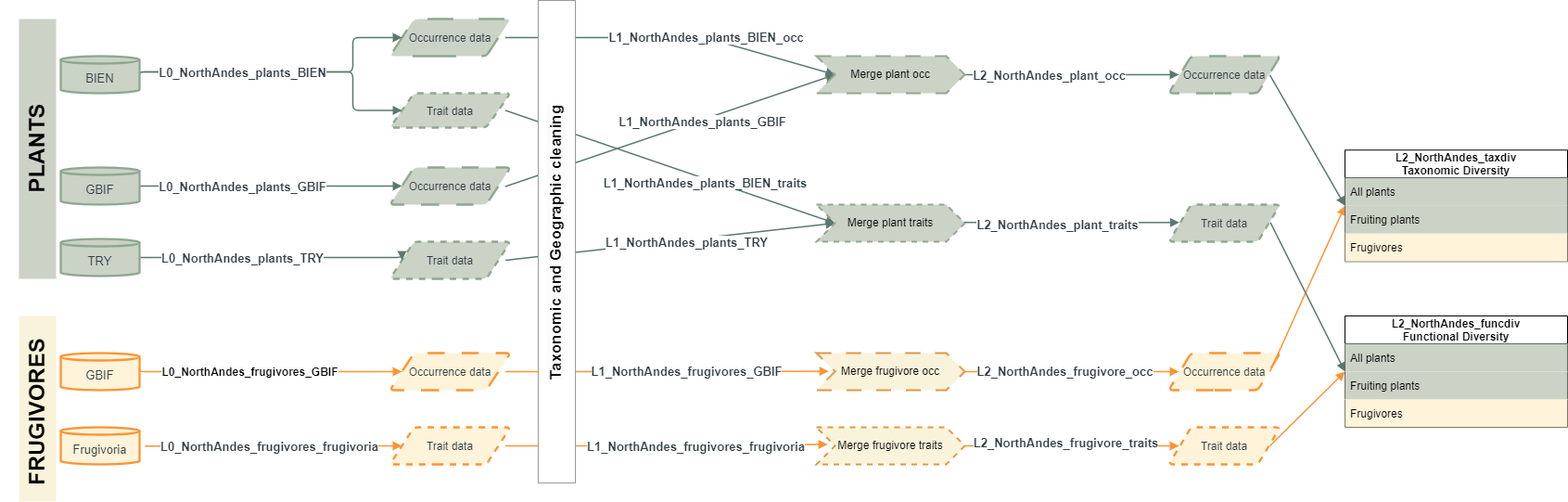
The draw.io diagram Workflow_diversity_plants_frugivores.drawio.png in bioXgeo/neotropical_plants, before a commit. Source tidied: cells renumbered, new cells last; positions are measured from the earlier drawing's top-left corner, leaving out a move shared by most shapes.
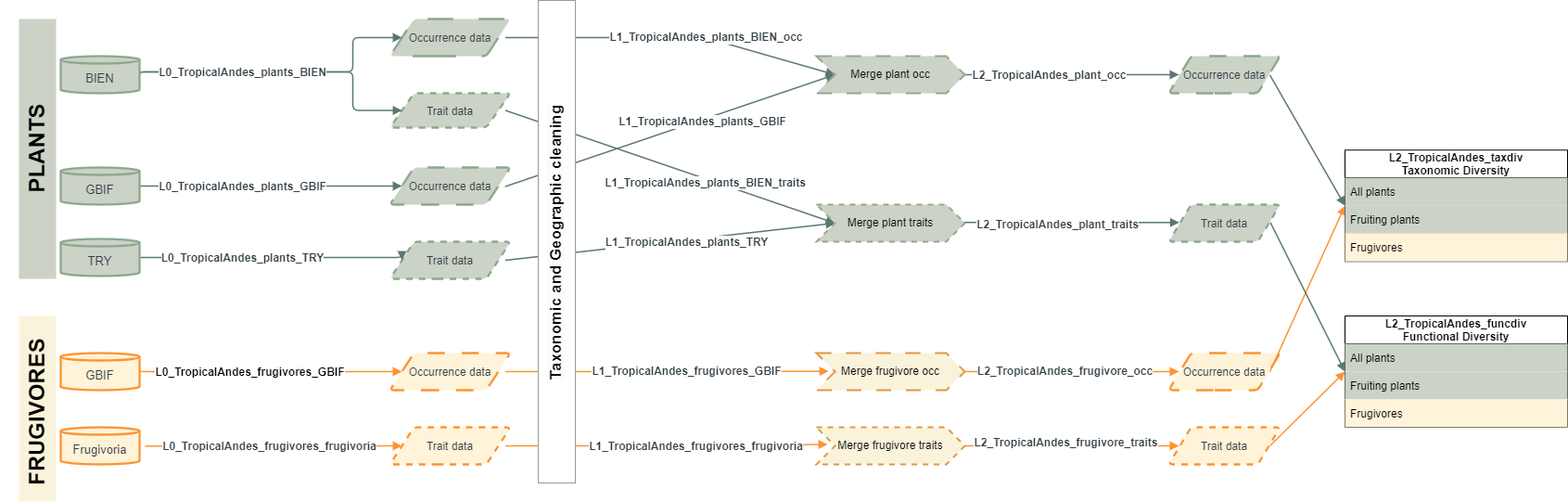
Above is the later version.

Change to the diagram source:
```diff
@@ -38,7 +38,7 @@
         </Array>
       </mxGeometry>
     </mxCell>
-    <mxCell id="10" value="L0_NorthAndes_plants_BIEN" style="text;html=1;labelBackgroundColor=default;align=center;verticalAlign=middle;fontStyle=1;fontColor=#323e45;fontSize=13;" parent="9" vertex="1">
+    <mxCell id="10" value="L0_TropicalAndes_plants_BIEN" style="text;html=1;labelBackgroundColor=default;align=center;verticalAlign=middle;fontStyle=1;fontColor=#323e45;fontSize=12;" parent="9" vertex="1">
       <mxGeometry x="-0.61" relative="1" as="geometry">
         <mxPoint x="49" as="offset" />
       </mxGeometry>
@@ -52,7 +52,7 @@
         </Array>
       </mxGeometry>
     </mxCell>
-    <mxCell id="12" value="L0_NorthAndes_plants_GBIF" style="text;html=1;labelBackgroundColor=default;align=center;verticalAlign=middle;fontStyle=1;fontColor=#323e45;fontSize=13;" parent="11" vertex="1">
+    <mxCell id="12" value="L0_TropicalAndes_plants_GBIF" style="text;html=1;labelBackgroundColor=default;align=center;verticalAlign=middle;fontStyle=1;fontColor=#323e45;fontSize=12;" parent="11" vertex="1">
       <mxGeometry x="-0.56" relative="1" as="geometry">
         <mxPoint x="48" as="offset" />
       </mxGeometry>
@@ -67,7 +67,7 @@
         </Array>
       </mxGeometry>
     </mxCell>
-    <mxCell id="15" value="L0_NorthAndes_plants_TRY" style="text;html=1;labelBackgroundColor=default;align=center;verticalAlign=middle;fontStyle=1;fontColor=#323e45;fontSize=13;" parent="14" vertex="1">
+    <mxCell id="15" value="L0_TropicalAndes_plants_TRY" style="text;html=1;labelBackgroundColor=default;align=center;verticalAlign=middle;fontStyle=1;fontColor=#323e45;fontSize=12;" parent="14" vertex="1">
       <mxGeometry x="-0.55" relative="1" as="geometry">
         <mxPoint x="45" as="offset" />
       </mxGeometry>
@@ -81,7 +81,7 @@
     <mxCell id="18" style="html=1;jettySize=18;whiteSpace=wrap;fontSize=13;strokeColor=#fc9432;strokeOpacity=100;strokeWidth=1.5;rounded=1;arcSize=12;edgeStyle=orthogonalEdgeStyle;startArrow=none;endArrow=block;endFill=1;exitX=1.07;exitY=0.508;exitDx=0;exitDy=0;exitPerimeter=0;" parent="1" edge="1" source="20" target="17">
       <mxGeometry relative="1" as="geometry" />
     </mxCell>
-    <mxCell id="19" value="L0_NorthAndes_frugivores_frugivoria" style="text;html=1;labelBackgroundColor=default;align=center;verticalAlign=middle;fontStyle=1;fontColor=#323e45;fontSize=13;" parent="18" vertex="1">
+    <mxCell id="19" value="L0_TropicalAndes_frugivores_frugivoria" style="text;html=1;labelBackgroundColor=default;align=center;verticalAlign=middle;fontStyle=1;fontColor=#323e45;fontSize=12;" parent="18" vertex="1">
       <mxGeometry x="-0.55" relative="1" as="geometry">
         <mxPoint x="72" as="offset" />
       </mxGeometry>
@@ -95,7 +95,7 @@
     <mxCell id="22" style="html=1;jettySize=18;whiteSpace=wrap;fontSize=13;strokeColor=#5a786f;strokeOpacity=100;strokeWidth=1.5;rounded=0;startArrow=none;endArrow=block;endFill=1;exitX=0.958;exitY=0.5;exitPerimeter=0;entryX=0;entryY=0.5;entryDx=0;entryDy=0;" parent="1" edge="1" source="8" target="75">
       <mxGeometry relative="1" as="geometry" />
     </mxCell>
-    <mxCell id="23" value="L1_NorthAndes_plants_BIEN_traits" style="text;html=1;labelBackgroundColor=default;align=center;verticalAlign=middle;fontStyle=1;fontColor=#323e45;fontSize=13;" parent="22" vertex="1">
+    <mxCell id="23" value="L1_TropicalAndes_plants_BIEN_traits" style="text;html=1;labelBackgroundColor=default;align=center;verticalAlign=middle;fontStyle=1;fontColor=#323e45;fontSize=12;" parent="22" vertex="1">
       <mxGeometry x="-0.12" relative="1" as="geometry">
         <mxPoint x="59" y="25" as="offset" />
       </mxGeometry>
@@ -103,7 +103,7 @@
     <mxCell id="24" style="html=1;jettySize=18;whiteSpace=wrap;fontSize=13;strokeColor=#5a786f;strokeOpacity=100;strokeWidth=1.5;rounded=0;startArrow=none;endArrow=block;endFill=1;exitX=0.957;exitY=0.513;exitPerimeter=0;entryX=0;entryY=0.5;entryDx=0;entryDy=0;" parent="1" edge="1" source="6" target="74">
       <mxGeometry relative="1" as="geometry" />
     </mxCell>
-    <mxCell id="25" value="L1_NorthAndes_plants_GBIF" style="text;html=1;labelBackgroundColor=default;align=center;verticalAlign=middle;fontStyle=1;fontColor=#323e45;fontSize=13;" parent="24" vertex="1">
+    <mxCell id="25" value="L1_TropicalAndes_plants_GBIF" style="text;html=1;labelBackgroundColor=default;align=center;verticalAlign=middle;fontStyle=1;fontColor=#323e45;fontSize=12;" parent="24" vertex="1">
       <mxGeometry x="-0.39" relative="1" as="geometry">
         <mxPoint x="103" y="-33" as="offset" />
       </mxGeometry>
@@ -114,7 +114,7 @@
     <mxCell id="27" style="html=1;jettySize=18;whiteSpace=wrap;fontSize=13;strokeColor=#5a786f;strokeOpacity=100;strokeWidth=1.5;rounded=0;startArrow=none;endArrow=block;endFill=1;exitX=0.958;exitY=0.5;exitPerimeter=0;entryX=0;entryY=0.5;entryDx=0;entryDy=0;" parent="1" edge="1" source="7" target="75">
       <mxGeometry relative="1" as="geometry" />
     </mxCell>
-    <mxCell id="28" value="L1_NorthAndes_plants_TRY" style="text;html=1;labelBackgroundColor=default;align=center;verticalAlign=middle;fontStyle=1;fontColor=#323e45;fontSize=13;" parent="27" vertex="1">
+    <mxCell id="28" value="L1_TropicalAndes_plants_TRY" style="text;html=1;labelBackgroundColor=default;align=center;verticalAlign=middle;fontStyle=1;fontColor=#323e45;fontSize=12;" parent="27" vertex="1">
       <mxGeometry x="-0.41" relative="1" as="geometry">
         <mxPoint x="90" y="-8" as="offset" />
       </mxGeometry>
@@ -143,7 +143,7 @@
     <mxCell id="36" style="html=1;jettySize=18;whiteSpace=wrap;fontSize=13;strokeColor=#5A786F;strokeWidth=1.5;rounded=0;startArrow=none;endArrow=block;endFill=1;exitX=0.962;exitY=0.48;exitPerimeter=0;entryX=0.094;entryY=0.483;entryPerimeter=0;exitDx=0;exitDy=0;" parent="1" edge="1" source="75" target="33">
       <mxGeometry relative="1" as="geometry" />
     </mxCell>
-    <mxCell id="37" value="L2_NorthAndes_plant_traits" style="text;html=1;labelBackgroundColor=default;align=center;verticalAlign=middle;fontStyle=1;fontColor=#323e45;fontSize=13;" parent="36" vertex="1">
+    <mxCell id="37" value="L2_TropicalAndes_plant_traits" style="text;html=1;labelBackgroundColor=default;align=center;verticalAlign=middle;fontStyle=1;fontColor=#323e45;fontSize=12;" parent="36" vertex="1">
       <mxGeometry x="0.13" relative="1" as="geometry">
         <mxPoint x="-29" y="2" as="offset" />
       </mxGeometry>
@@ -151,7 +151,7 @@
     <mxCell id="38" style="html=1;jettySize=18;whiteSpace=wrap;fontSize=13;strokeColor=#5A786F;strokeWidth=1.5;rounded=0;startArrow=none;endArrow=block;endFill=1;exitX=1;exitY=0.5;entryX=0.091;entryY=0.5;entryPerimeter=0;exitDx=0;exitDy=0;" parent="1" edge="1" source="74" target="32">
       <mxGeometry relative="1" as="geometry" />
     </mxCell>
-    <mxCell id="39" value="L2_NorthAndes_plant_occ" style="text;html=1;labelBackgroundColor=default;align=center;verticalAlign=middle;fontStyle=1;fontColor=#323e45;fontSize=13;" parent="38" vertex="1">
+    <mxCell id="39" value="L2_TropicalAndes_plant_occ" style="text;html=1;labelBackgroundColor=default;align=center;verticalAlign=middle;fontStyle=1;fontColor=#323e45;fontSize=12;" parent="38" vertex="1">
       <mxGeometry relative="1" as="geometry">
         <mxPoint x="-25" as="offset" />
       </mxGeometry>
@@ -174,7 +174,7 @@
     <mxCell id="45" style="html=1;jettySize=18;whiteSpace=wrap;fontSize=13;strokeColor=#fc9432;strokeOpacity=100;strokeWidth=1.5;rounded=0;startArrow=none;endArrow=block;endFill=1;exitX=0.909;exitY=0.5;exitPerimeter=0;entryX=0;entryY=0.5;entryDx=0;entryDy=0;" parent="1" edge="1" source="35" target="50">
       <mxGeometry relative="1" as="geometry" />
     </mxCell>
-    <mxCell id="46" value="L2_NorthAndes_taxdiv&#10;Taxonomic Diversity" style="swimlane;fontStyle=1;horizontal=1;startSize=30;fillColor=#FFFFFF;" parent="1" vertex="1">
+    <mxCell id="46" value="L2_TropicalAndes_taxdiv&#10;Taxonomic Diversity" style="swimlane;fontStyle=1;horizontal=1;startSize=30;fillColor=#FFFFFF;" parent="1" vertex="1">
       <mxGeometry x="1475" y="161.2" width="240" height="120" as="geometry" />
     </mxCell>
     <mxCell id="47" value="All plants" style="text;strokeColor=none;fillColor=#CBD2C6;align=left;verticalAlign=middle;spacingLeft=4;spacingRight=4;overflow=hidden;" parent="46" vertex="1">
@@ -186,7 +186,7 @@
     <mxCell id="49" value="Frugivores" style="text;strokeColor=none;fillColor=#FFF3D9;align=left;verticalAlign=middle;spacingLeft=4;spacingRight=4;overflow=hidden;" parent="46" vertex="1">
       <mxGeometry y="90" width="240" height="30" as="geometry" />
     </mxCell>
-    <mxCell id="50" value="L2_NorthAndes_funcdiv&#10;Functional Diversity" style="swimlane;fontStyle=1;horizontal=1;startSize=30;" parent="1" vertex="1">
+    <mxCell id="50" value="L2_TropicalAndes_funcdiv&#10;Functional Diversity" style="swimlane;fontStyle=1;horizontal=1;startSize=30;" parent="1" vertex="1">
       <mxGeometry x="1475" y="340" width="240" height="120" as="geometry" />
     </mxCell>
     <mxCell id="51" value="All plants" style="text;strokeColor=none;fillColor=#CBD2C6;align=left;verticalAlign=middle;spacingLeft=4;spacingRight=4;overflow=hidden;" parent="50" vertex="1">
@@ -204,25 +204,25 @@
     <mxCell id="55" style="html=1;jettySize=18;whiteSpace=wrap;fontSize=13;strokeColor=#5a786f;strokeOpacity=100;strokeWidth=1.5;rounded=0;startArrow=none;endArrow=none;endFill=1;exitX=0.958;exitY=0.5;exitPerimeter=0;" parent="1" edge="1" source="4" target="56">
       <mxGeometry relative="1" as="geometry" />
     </mxCell>
-    <mxCell id="56" value="L1_NorthAndes_plants_BIEN_occ" style="text;html=1;labelBackgroundColor=default;align=center;verticalAlign=middle;fontStyle=1;fontColor=#323e45;fontSize=13;" parent="1" vertex="1">
+    <mxCell id="56" value="L1_TropicalAndes_plants_BIEN_occ" style="text;html=1;labelBackgroundColor=default;align=center;verticalAlign=middle;fontStyle=1;fontColor=#323e45;fontSize=12;" parent="1" vertex="1">
       <mxGeometry x="785" y="40" as="geometry" />
     </mxCell>
     <mxCell id="57" style="html=1;jettySize=18;whiteSpace=wrap;fontSize=13;strokeColor=#fc9432;strokeOpacity=100;strokeWidth=1.5;rounded=0;startArrow=none;endArrow=none;endFill=1;exitX=0.958;exitY=0.5;exitPerimeter=0;" parent="1" edge="1" source="67" target="58">
       <mxGeometry relative="1" as="geometry" />
     </mxCell>
-    <mxCell id="58" value="L1_NorthAndes_frugivores_GBIF" style="text;html=1;labelBackgroundColor=default;align=center;verticalAlign=middle;fontStyle=1;fontColor=#323e45;fontSize=13;" parent="1" vertex="1">
+    <mxCell id="58" value="L1_TropicalAndes_frugivores_GBIF" style="text;html=1;labelBackgroundColor=default;align=center;verticalAlign=middle;fontStyle=1;fontColor=#323e45;fontSize=12;" parent="1" vertex="1">
       <mxGeometry x="765" y="400" as="geometry" />
     </mxCell>
     <mxCell id="59" style="html=1;jettySize=18;whiteSpace=wrap;fontSize=13;strokeColor=#fc9432;strokeOpacity=100;strokeWidth=1.5;rounded=0;startArrow=none;endArrow=none;endFill=1;exitX=0.958;exitY=0.5;exitPerimeter=0;entryX=0.014;entryY=0.956;entryDx=0;entryDy=0;entryPerimeter=0;" parent="1" edge="1" source="17" target="60">
       <mxGeometry relative="1" as="geometry" />
     </mxCell>
-    <mxCell id="60" value="L1_NorthAndes_frugivores_frugivoria" style="text;html=1;labelBackgroundColor=default;align=center;verticalAlign=middle;fontStyle=1;fontColor=#323e45;fontSize=13;" parent="1" vertex="1">
+    <mxCell id="60" value="L1_TropicalAndes_frugivores_frugivoria" style="text;html=1;labelBackgroundColor=default;align=center;verticalAlign=middle;fontStyle=1;fontColor=#323e45;fontSize=12;" parent="1" vertex="1">
       <mxGeometry x="775" y="480" as="geometry" />
     </mxCell>
     <mxCell id="61" style="html=1;jettySize=18;whiteSpace=wrap;fontSize=13;strokeColor=#fc9432;strokeOpacity=100;strokeWidth=1.5;rounded=0;startArrow=none;endArrow=none;endFill=1;exitX=1;exitY=0.5;entryX=0.091;entryY=0.5;entryPerimeter=0;exitDx=0;exitDy=0;" parent="1" edge="1" source="77" target="62">
       <mxGeometry relative="1" as="geometry" />
     </mxCell>
-    <mxCell id="62" value="L2_NorthAndes_frugivore_traits" style="text;html=1;labelBackgroundColor=default;align=center;verticalAlign=middle;fontStyle=1;fontColor=#323e45;fontSize=13;" parent="1" vertex="1">
+    <mxCell id="62" value="L2_TropicalAndes_frugivore_traits" style="text;html=1;labelBackgroundColor=default;align=center;verticalAlign=middle;fontStyle=1;fontColor=#323e45;fontSize=12;" parent="1" vertex="1">
       <mxGeometry x="1175" y="480" as="geometry">
         <mxPoint x="-1" y="-3" as="offset" />
       </mxGeometry>
@@ -230,7 +230,7 @@
     <mxCell id="63" style="html=1;jettySize=18;whiteSpace=wrap;fontSize=13;strokeColor=#fc9432;strokeOpacity=100;strokeWidth=1.5;rounded=0;startArrow=none;endArrow=none;endFill=1;exitX=1;exitY=0.5;entryX=0.091;entryY=0.5;entryPerimeter=0;exitDx=0;exitDy=0;" parent="1" edge="1" source="76" target="64">
       <mxGeometry relative="1" as="geometry" />
     </mxCell>
-    <mxCell id="64" value="L2_NorthAndes_frugivore_occ" style="text;html=1;labelBackgroundColor=default;align=center;verticalAlign=middle;fontStyle=1;fontColor=#323e45;fontSize=13;" parent="1" vertex="1">
+    <mxCell id="64" value="L2_TropicalAndes_frugivore_occ" style="text;html=1;labelBackgroundColor=default;align=center;verticalAlign=middle;fontStyle=1;fontColor=#323e45;fontSize=12;" parent="1" vertex="1">
       <mxGeometry x="1145" y="400" as="geometry">
         <mxPoint x="28" as="offset" />
       </mxGeometry>
@@ -252,7 +252,7 @@
         </Array>
       </mxGeometry>
     </mxCell>
-    <mxCell id="69" value="&lt;b&gt;&lt;font style=&quot;font-size: 12px;&quot;&gt;L0_NorthAndes_frugivores_GBIF&lt;/font&gt;&lt;/b&gt;" style="edgeLabel;html=1;align=center;verticalAlign=middle;" parent="68" vertex="1">
+    <mxCell id="69" value="&lt;b style=&quot;font-size: 12px;&quot;&gt;&lt;font style=&quot;font-size: 12px;&quot;&gt;L0_TropicalAndes_frugivores_GBIF&lt;/font&gt;&lt;/b&gt;" style="edgeLabel;html=1;align=center;verticalAlign=middle;fontSize=12;" parent="68" vertex="1">
       <mxGeometry x="0.16" y="-2" relative="1" as="geometry">
         <mxPoint x="-45" y="-2" as="offset" />
       </mxGeometry>
```
